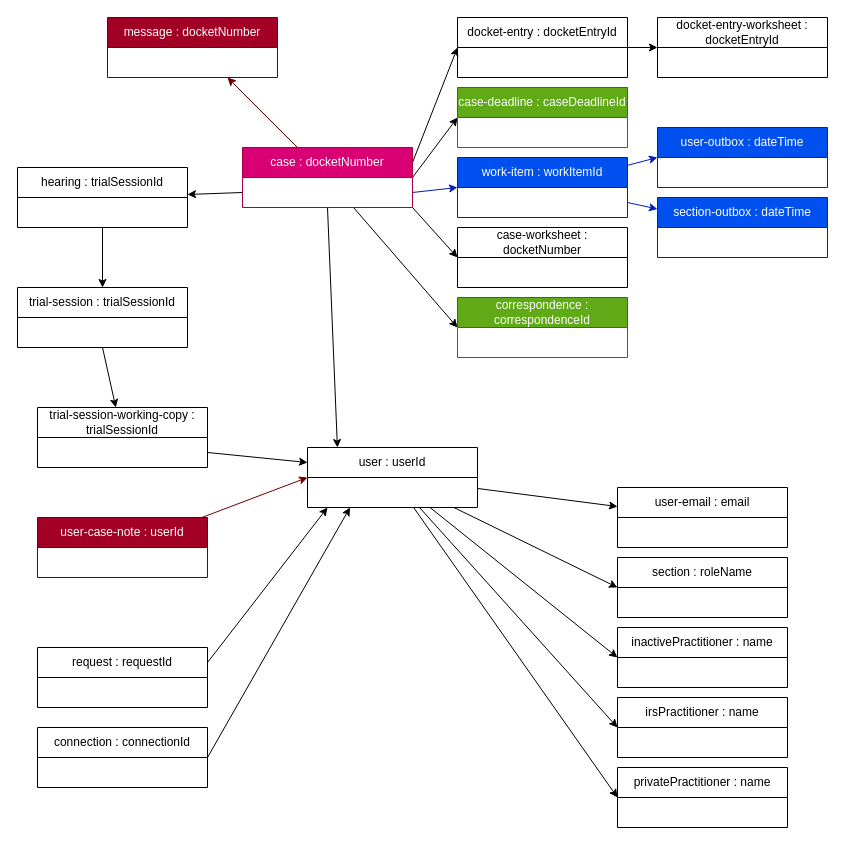
Before: docs/postgres/dynamo-db-entities.drawio in ustaxcourt/ef-cms, a draw.io diagram. Source tidied: cells renumbered, new cells numbered last; positions are measured from the earlier drawing's top-left corner, leaving out a move shared by most shapes. Both pictures are drawn from the tidied source at 100%, with x=0, y=0 at pixel (17, 17).
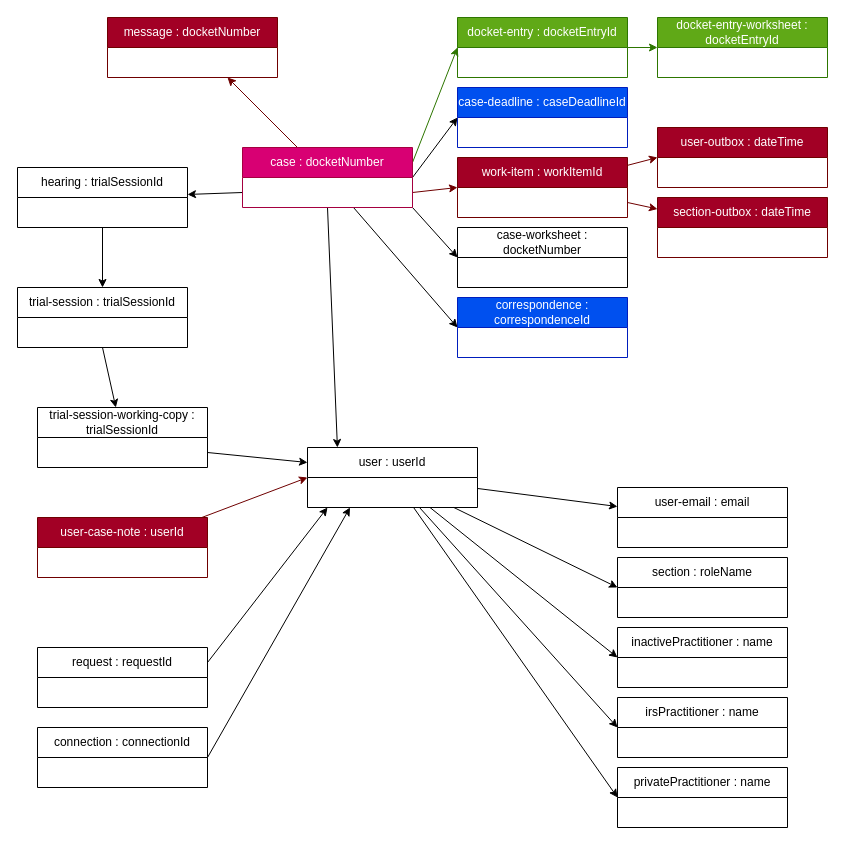
The same page after the edit.

The change refers to these unchanged cells:
```xml
<mxCell id="10" value="case : docketNumber" style="swimlane;fontStyle=0;horizontal=1;startSize=30;whiteSpace=wrap;html=1;fillColor=#d80073;fontColor=#ffffff;strokeColor=#A50040;" parent="1" vertex="1">
  <mxGeometry x="225" y="130" width="170" height="60" as="geometry" />
</mxCell>
```

What changed in the source:
```diff
@@
-    <mxCell id="2" style="edgeStyle=none;html=1;entryX=0;entryY=0.5;entryDx=0;entryDy=0;fontColor=#FFFFFF;exitX=1;exitY=0.25;exitDx=0;exitDy=0;" parent="1" edge="1" source="10" target="11">
+    <mxCell id="2" style="edgeStyle=none;html=1;entryX=0;entryY=0.5;entryDx=0;entryDy=0;fontColor=#FFFFFF;exitX=1;exitY=0.25;exitDx=0;exitDy=0;fillColor=#60a917;strokeColor=#2D7600;" parent="1" edge="1" source="10" target="11">
       <mxGeometry relative="1" as="geometry" />
     </mxCell>
@@
-    <mxCell id="4" style="edgeStyle=none;html=1;entryX=0;entryY=0.5;entryDx=0;entryDy=0;fontColor=#FFFFFF;exitX=1;exitY=0.75;exitDx=0;exitDy=0;fillColor=#0050ef;strokeColor=#001DBC;" parent="1" edge="1" source="10" target="15">
+    <mxCell id="4" style="edgeStyle=none;html=1;entryX=0;entryY=0.5;entryDx=0;entryDy=0;fontColor=#FFFFFF;exitX=1;exitY=0.75;exitDx=0;exitDy=0;fillColor=#a20025;strokeColor=#6F0000;" parent="1" edge="1" source="10" target="15">
       <mxGeometry relative="1" as="geometry" />
     </mxCell>
@@
-    <mxCell id="11" value="docket-entry : docketEntryId" style="swimlane;fontStyle=0;horizontal=1;startSize=30;whiteSpace=wrap;html=1;" parent="1" vertex="1">
+    <mxCell id="11" value="docket-entry : docketEntryId" style="swimlane;fontStyle=0;horizontal=1;startSize=30;whiteSpace=wrap;html=1;fillColor=#60a917;fontColor=#ffffff;strokeColor=#2D7600;" parent="1" vertex="1">
       <mxGeometry x="440" width="170" height="60" as="geometry" />
     </mxCell>
-    <mxCell id="12" value="case-deadline : caseDeadlineId" style="swimlane;fontStyle=0;horizontal=1;startSize=30;whiteSpace=wrap;html=1;fillColor=#60a917;fontColor=#ffffff;strokeColor=#2D7600;" parent="1" vertex="1">
+    <mxCell id="12" value="case-deadline : caseDeadlineId" style="swimlane;fontStyle=0;horizontal=1;startSize=30;whiteSpace=wrap;html=1;fillColor=#0050ef;fontColor=#ffffff;strokeColor=#001DBC;" parent="1" vertex="1">
       <mxGeometry x="440" y="70" width="170" height="60" as="geometry" />
     </mxCell>
-    <mxCell id="13" style="edgeStyle=none;html=1;exitX=1;exitY=0.75;exitDx=0;exitDy=0;fillColor=#0050ef;strokeColor=#001DBC;" parent="1" edge="1" source="15" target="41">
+    <mxCell id="13" style="edgeStyle=none;html=1;exitX=1;exitY=0.75;exitDx=0;exitDy=0;fillColor=#a20025;strokeColor=#6F0000;" parent="1" edge="1" source="15" target="41">
       <mxGeometry relative="1" as="geometry" />
     </mxCell>
-    <mxCell id="14" style="edgeStyle=none;html=1;entryX=0;entryY=0.5;entryDx=0;entryDy=0;fillColor=#0050ef;strokeColor=#001DBC;" parent="1" edge="1" source="15" target="42">
+    <mxCell id="14" style="edgeStyle=none;html=1;entryX=0;entryY=0.5;entryDx=0;entryDy=0;fillColor=#a20025;strokeColor=#6F0000;" parent="1" edge="1" source="15" target="42">
       <mxGeometry relative="1" as="geometry" />
     </mxCell>
-    <mxCell id="15" value="work-item : workItemId" style="swimlane;fontStyle=0;horizontal=1;startSize=30;whiteSpace=wrap;html=1;fillColor=#0050ef;fontColor=#ffffff;strokeColor=#001DBC;" parent="1" vertex="1">
+    <mxCell id="15" value="work-item : workItemId" style="swimlane;fontStyle=0;horizontal=1;startSize=30;whiteSpace=wrap;html=1;fillColor=#a20025;fontColor=#ffffff;strokeColor=#6F0000;" parent="1" vertex="1">
       <mxGeometry x="440" y="140" width="170" height="60" as="geometry" />
     </mxCell>
@@
-    <mxCell id="34" value="correspondence : correspondenceId" style="swimlane;fontStyle=0;horizontal=1;startSize=30;whiteSpace=wrap;html=1;fillColor=#60a917;fontColor=#ffffff;strokeColor=#2D7600;" parent="1" vertex="1">
+    <mxCell id="34" value="correspondence : correspondenceId" style="swimlane;fontStyle=0;horizontal=1;startSize=30;whiteSpace=wrap;html=1;fillColor=#0050ef;fontColor=#ffffff;strokeColor=#001DBC;" parent="1" vertex="1">
       <mxGeometry x="440" y="280" width="170" height="60" as="geometry" />
     </mxCell>
@@
-    <mxCell id="41" value="section-outbox : dateTime" style="swimlane;fontStyle=0;horizontal=1;startSize=30;whiteSpace=wrap;html=1;fillColor=#0050ef;fontColor=#ffffff;strokeColor=#001DBC;" parent="1" vertex="1">
+    <mxCell id="41" value="section-outbox : dateTime" style="swimlane;fontStyle=0;horizontal=1;startSize=30;whiteSpace=wrap;html=1;fillColor=#a20025;fontColor=#ffffff;strokeColor=#6F0000;" parent="1" vertex="1">
       <mxGeometry x="640" y="180" width="170" height="60" as="geometry" />
     </mxCell>
-    <mxCell id="42" value="user-outbox : dateTime" style="swimlane;fontStyle=0;horizontal=1;startSize=30;whiteSpace=wrap;html=1;fillColor=#0050ef;fontColor=#ffffff;strokeColor=#001DBC;" parent="1" vertex="1">
+    <mxCell id="42" value="user-outbox : dateTime" style="swimlane;fontStyle=0;horizontal=1;startSize=30;whiteSpace=wrap;html=1;fillColor=#a20025;fontColor=#ffffff;strokeColor=#6F0000;" parent="1" vertex="1">
       <mxGeometry x="640" y="110" width="170" height="60" as="geometry" />
     </mxCell>
@@
-    <mxCell id="44" value="docket-entry-worksheet : docketEntryId" style="swimlane;fontStyle=0;horizontal=1;startSize=30;whiteSpace=wrap;html=1;" parent="1" vertex="1">
+    <mxCell id="44" value="docket-entry-worksheet : docketEntryId" style="swimlane;fontStyle=0;horizontal=1;startSize=30;whiteSpace=wrap;html=1;fillColor=#60a917;fontColor=#ffffff;strokeColor=#2D7600;" parent="1" vertex="1">
       <mxGeometry x="640" width="170" height="60" as="geometry" />
     </mxCell>
-    <mxCell id="45" style="edgeStyle=none;html=1;entryX=0;entryY=0.5;entryDx=0;entryDy=0;fontColor=#FFFFFF;exitX=1;exitY=0.5;exitDx=0;exitDy=0;" parent="1" edge="1" source="11" target="44">
+    <mxCell id="45" style="edgeStyle=none;html=1;entryX=0;entryY=0.5;entryDx=0;entryDy=0;fontColor=#FFFFFF;exitX=1;exitY=0.5;exitDx=0;exitDy=0;fillColor=#60a917;strokeColor=#2D7600;" parent="1" edge="1" source="11" target="44">
       <mxGeometry relative="1" as="geometry" />
     </mxCell>
```
